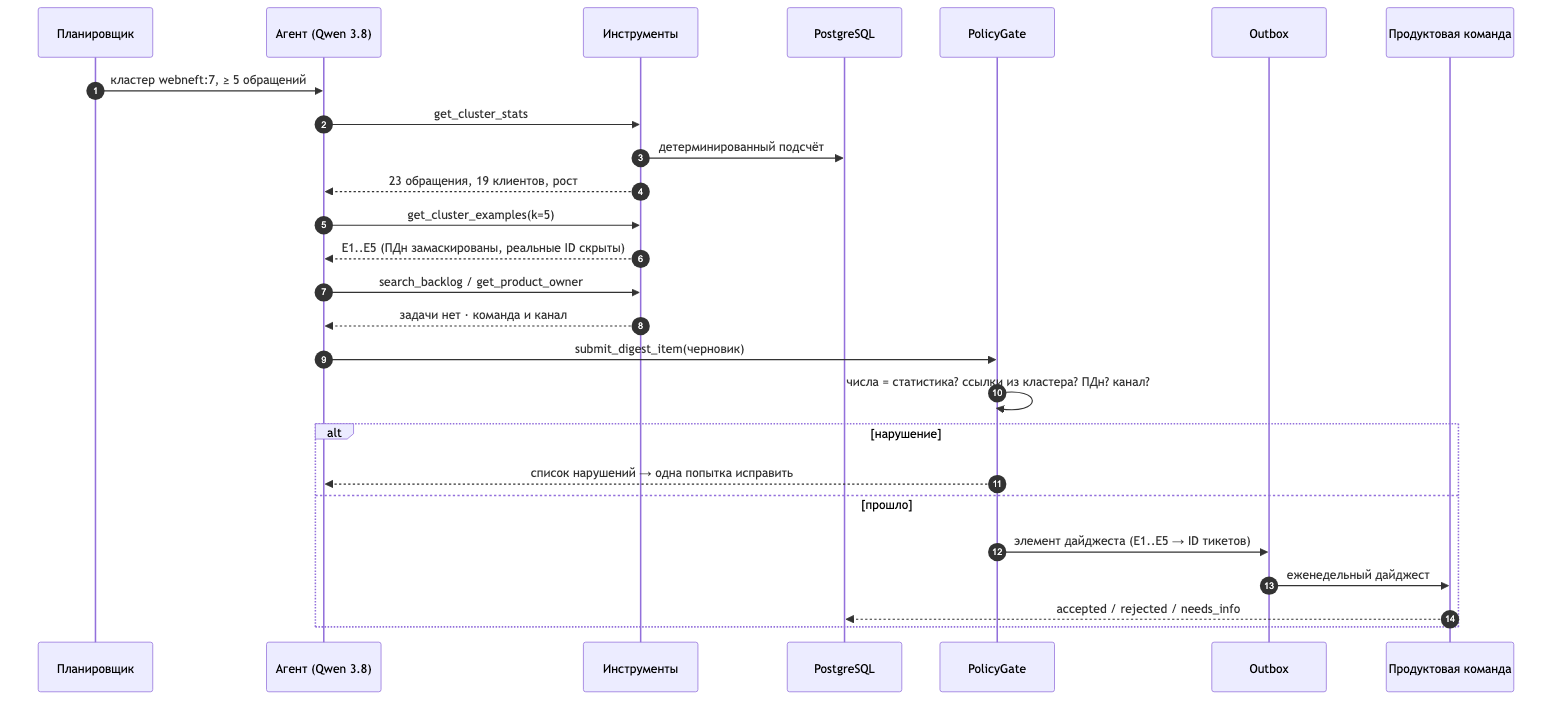
The Mermaid diagram docs/diagrams/rendered/04-digest-sequence.png in Gnod-do/ticket-triage-agent, before a commit. Its source is kept beside it as docs/diagrams/04-digest-sequence.mmd. The source it was exported from:
```mermaid
sequenceDiagram
  autonumber
  participant SCH as Планировщик
  participant AG as Агент (Qwen 3.8)
  participant TB as Инструменты
  participant DB as PostgreSQL
  participant PG as PolicyGate
  participant OB as Outbox
  participant PT as Продуктовая команда

  SCH->>AG: кластер webneft:7, ≥ 5 обращений
  AG->>TB: get_cluster_stats
  TB->>DB: детерминированный подсчёт
  TB-->>AG: 23 обращения, 19 клиентов, рост
  AG->>TB: get_cluster_examples(k=5)
  TB-->>AG: E1..E5 (ПДн замаскированы, реальные ID скрыты)
  AG->>TB: search_backlog / get_product_owner
  TB-->>AG: задачи нет · команда и канал
  AG->>PG: submit_digest_item(черновик)
  PG->>PG: числа = статистика? ссылки из кластера? ПДн? канал?
  alt нарушение
    PG-->>AG: список нарушений → одна попытка исправить
  else прошло
    PG->>OB: элемент дайджеста (E1..E5 → ID тикетов)
    OB->>PT: еженедельный дайджест
    PT-->>DB: accepted / rejected / needs_info
  end
```
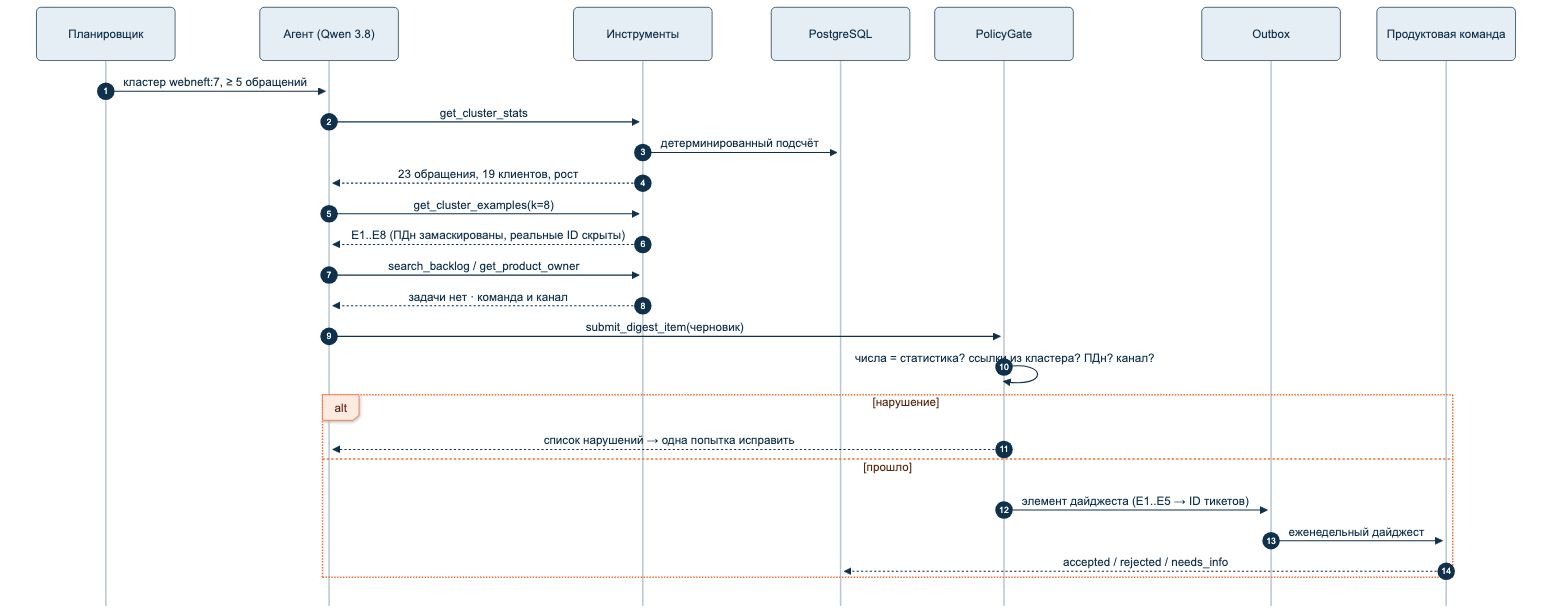
The same file after the commit.

The edit, as a diff of the source:
```diff
@@ -12,8 +12,8 @@
   AG->>TB: get_cluster_stats
   TB->>DB: детерминированный подсчёт
   TB-->>AG: 23 обращения, 19 клиентов, рост
-  AG->>TB: get_cluster_examples(k=5)
-  TB-->>AG: E1..E5 (ПДн замаскированы, реальные ID скрыты)
+  AG->>TB: get_cluster_examples(k=8)
+  TB-->>AG: E1..E8 (ПДн замаскированы, реальные ID скрыты)
   AG->>TB: search_backlog / get_product_owner
   TB-->>AG: задачи нет · команда и канал
   AG->>PG: submit_digest_item(черновик)
```
